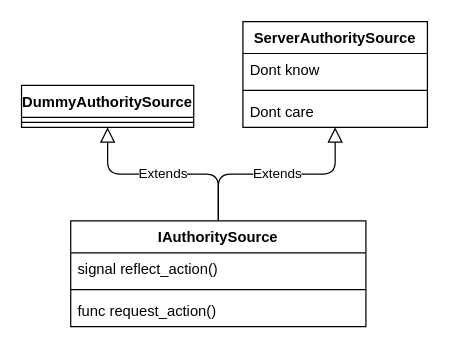
NobleMetalLabs/the-genesis-gambit keeps this draw.io diagram as page "AuthoritySourceClassDiagram" (1 of 2) of uml/authoritative-actions.dio. Above is the earlier version. Source tidied: cells renumbered, new cells numbered last; positions are measured from the earlier drawing's top-left corner, leaving out a move shared by most shapes. Both pictures are drawn from the tidied source at 123%, with x=0, y=0 at pixel (21, 21).
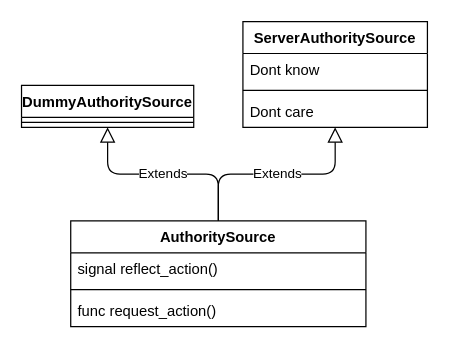
The same diagram, later.

Diff of the diagram source:
```diff
@@
 <mxGraphModel>
   <root>
     <mxCell id="0" />
     <mxCell id="1" parent="0" />
-    <mxCell id="2" value="IAuthoritySource" style="swimlane;fontStyle=1;align=center;verticalAlign=top;horizontal=1;startSize=26;" parent="1" vertex="1">
+    <mxCell id="2" value="AuthoritySource" style="swimlane;fontStyle=1;align=center;verticalAlign=top;horizontal=1;startSize=26;" parent="1" vertex="1">
       <mxGeometry x="40" y="162" width="240" height="86" as="geometry" />
     </mxCell>
     <mxCell id="3" value="signal reflect_action()" style="text;strokeColor=none;fillColor=none;align=left;verticalAlign=top;spacingLeft=4;spacingRight=4;overflow=hidden;" parent="2" vertex="1">
       <mxGeometry y="26" width="240" height="26" as="geometry" />
     </mxCell>
     <mxCell id="4" style="line;strokeWidth=1;fillColor=none;align=left;verticalAlign=middle;spacingTop=-1;spacingLeft=3;spacingRight=3;labelPosition=right;strokeColor=inherit;" parent="2" vertex="1">
       <mxGeometry y="52" width="240" height="8" as="geometry" />
     </mxCell>
     <mxCell id="5" value="func request_action()" style="text;strokeColor=none;fillColor=none;align=left;verticalAlign=top;spacingLeft=4;spacingRight=4;overflow=hidden;" parent="2" vertex="1">
       <mxGeometry y="60" width="240" height="26" as="geometry" />
     </mxCell>
     <mxCell id="6" value="Extends" style="endArrow=block;endSize=10;endFill=0;html=1;elbow=vertical;edgeStyle=orthogonalEdgeStyle;" parent="1" edge="1" source="2" target="7">
       <mxGeometry relative="1" as="geometry" />
     </mxCell>
     <mxCell id="7" value="DummyAuthoritySource" style="swimlane;fontStyle=1;align=center;verticalAlign=top;horizontal=1;startSize=26;" parent="1" vertex="1">
       <mxGeometry y="52" width="140" height="34" as="geometry" />
     </mxCell>
     <mxCell id="8" style="line;strokeWidth=1;fillColor=none;align=left;verticalAlign=middle;spacingTop=-1;spacingLeft=3;spacingRight=3;labelPosition=right;strokeColor=inherit;" parent="7" vertex="1">
       <mxGeometry y="26" width="140" height="8" as="geometry" />
     </mxCell>
     <mxCell id="9" value="ServerAuthoritySource" style="swimlane;fontStyle=1;align=center;verticalAlign=top;horizontal=1;startSize=26;" parent="1" vertex="1">
       <mxGeometry x="180" width="150" height="86" as="geometry" />
     </mxCell>
     <mxCell id="10" value="Dont know" style="text;strokeColor=none;fillColor=none;align=left;verticalAlign=top;spacingLeft=4;spacingRight=4;overflow=hidden;" parent="9" vertex="1">
       <mxGeometry y="26" width="150" height="26" as="geometry" />
     </mxCell>
     <mxCell id="11" style="line;strokeWidth=1;fillColor=none;align=left;verticalAlign=middle;spacingTop=-1;spacingLeft=3;spacingRight=3;labelPosition=right;strokeColor=inherit;" parent="9" vertex="1">
       <mxGeometry y="52" width="150" height="8" as="geometry" />
     </mxCell>
     <mxCell id="12" value="Dont care" style="text;strokeColor=none;fillColor=none;align=left;verticalAlign=top;spacingLeft=4;spacingRight=4;overflow=hidden;" parent="9" vertex="1">
       <mxGeometry y="60" width="150" height="26" as="geometry" />
     </mxCell>
     <mxCell id="13" value="Extends" style="endArrow=block;endSize=10;endFill=0;html=1;elbow=vertical;edgeStyle=orthogonalEdgeStyle;" parent="1" edge="1" source="2" target="9">
       <mxGeometry relative="1" as="geometry" />
     </mxCell>
   </root>
 </mxGraphModel>
```
